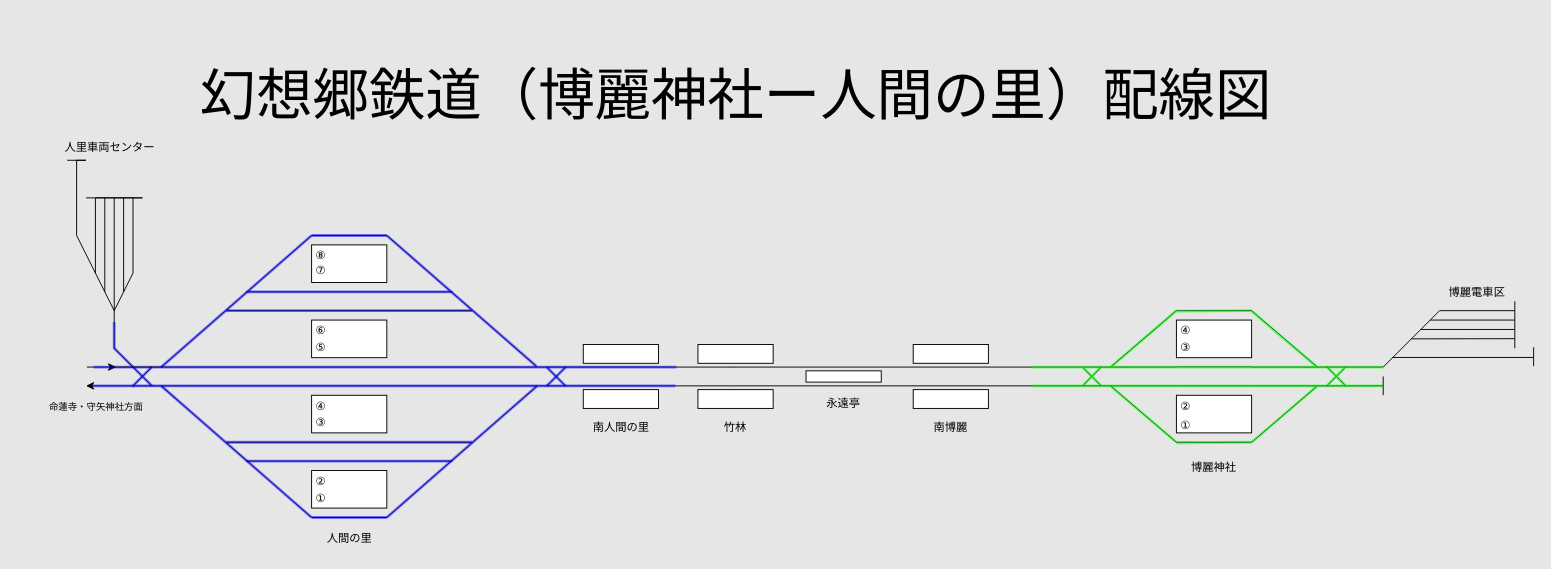
Before: resources/route_design_Hakurei-ningen.drawio in noname390/BVE-Gensokyo-Railway, a draw.io diagram. Source tidied: cells renumbered, new cells numbered last; positions are measured from the earlier drawing's top-left corner, leaving out a move shared by most shapes. Both pictures are drawn from the tidied source at 94%, with x=0, y=0 at pixel (24, 50).
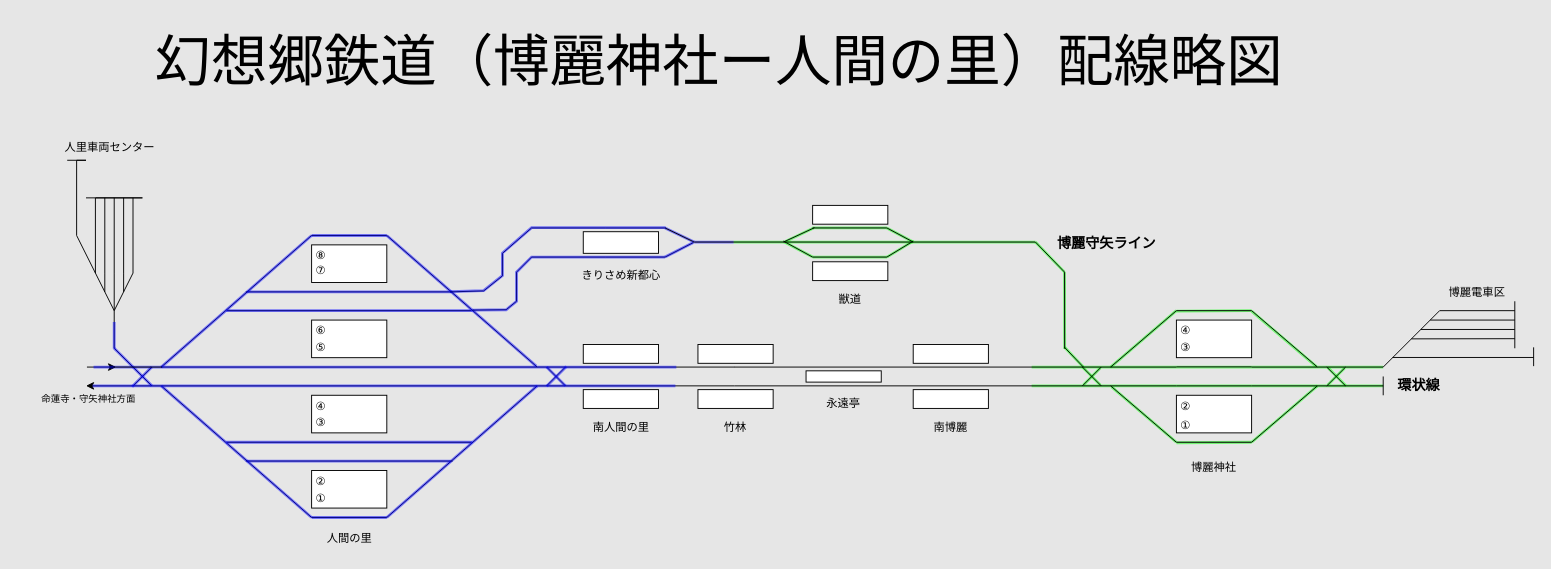
After the change.

The edit, as a diff of the source:
```diff
@@
+    <mxCell id="128" style="endArrow=none;html=1;rounded=0;strokeColor=#00FF00;opacity=50;strokeWidth=3;" parent="1" edge="1">
+      <mxGeometry relative="1" as="geometry">
+        <mxPoint x="918" y="189" as="sourcePoint" />
+        <mxPoint x="946" y="204" as="targetPoint" />
+      </mxGeometry>
+    </mxCell>
+    <mxCell id="129" style="endArrow=none;html=1;rounded=0;strokeColor=#00FF00;opacity=50;strokeWidth=3;" parent="1" edge="1">
+      <mxGeometry relative="1" as="geometry">
+        <mxPoint x="809" y="204" as="sourcePoint" />
+        <mxPoint x="840" y="189" as="targetPoint" />
+      </mxGeometry>
+    </mxCell>
+    <mxCell id="130" style="endArrow=none;html=1;rounded=0;strokeColor=#0000FF;opacity=50;strokeWidth=3;" parent="1" edge="1">
+      <mxGeometry relative="1" as="geometry">
+        <mxPoint x="682" y="189" as="sourcePoint" />
+        <mxPoint x="713" y="204" as="targetPoint" />
+      </mxGeometry>
+    </mxCell>
+    <mxCell id="131" style="endArrow=none;html=1;rounded=0;strokeColor=#0000FF;strokeWidth=3;opacity=50;" parent="1" edge="1">
+      <mxGeometry relative="1" as="geometry">
+        <mxPoint x="713" y="204" as="sourcePoint" />
+        <mxPoint x="755" y="204" as="targetPoint" />
+      </mxGeometry>
+    </mxCell>
+    <mxCell id="132" style="endArrow=none;html=1;rounded=0;strokeColor=#00FF00;strokeWidth=3;opacity=50;" parent="1" edge="1">
+      <mxGeometry relative="1" as="geometry">
+        <mxPoint x="755" y="204" as="sourcePoint" />
+        <mxPoint x="809" y="204" as="targetPoint" />
+      </mxGeometry>
+    </mxCell>
+    <mxCell id="133" style="endArrow=none;html=1;rounded=0;strokeWidth=3;opacity=50;strokeColor=#00FF00;" parent="1" edge="1">
+      <mxGeometry relative="1" as="geometry">
+        <mxPoint x="809" y="204" as="sourcePoint" />
+        <mxPoint x="839.1" y="220" as="targetPoint" />
+      </mxGeometry>
+    </mxCell>
+    <mxCell id="80" style="endArrow=none;html=1;rounded=0;strokeWidth=3;opacity=50;strokeColor=#00FF00;" parent="1" edge="1">
+      <mxGeometry relative="1" as="geometry">
+        <mxPoint x="1226" y="277" as="sourcePoint" />
+        <mxPoint x="1156" y="337" as="targetPoint" />
+      </mxGeometry>
+    </mxCell>
+    <mxCell id="84" style="endArrow=none;html=1;rounded=0;strokeWidth=3;opacity=50;strokeColor=#00FF00;" parent="1" edge="1">
+      <mxGeometry relative="1" as="geometry">
+        <mxPoint x="1306" y="277" as="sourcePoint" />
+        <mxPoint x="1226" y="277.5" as="targetPoint" />
+      </mxGeometry>
+    </mxCell>
+    <mxCell id="83" style="endArrow=none;html=1;rounded=0;strokeWidth=3;opacity=50;strokeColor=#00FF00;" parent="1" edge="1">
+      <mxGeometry relative="1" as="geometry">
+        <mxPoint x="1375" y="336.5" as="sourcePoint" />
+        <mxPoint x="1306" y="277.5" as="targetPoint" />
+      </mxGeometry>
+    </mxCell>
+    <mxCell id="87" style="endArrow=none;html=1;rounded=0;strokeWidth=3;opacity=50;strokeColor=#00FF00;" parent="1" edge="1">
+      <mxGeometry relative="1" as="geometry">
+        <mxPoint x="1405" y="338" as="sourcePoint" />
+        <mxPoint x="1387" y="356" as="targetPoint" />
+      </mxGeometry>
+    </mxCell>
+    <mxCell id="86" style="endArrow=none;html=1;rounded=0;strokeWidth=3;opacity=50;strokeColor=#00FF00;" parent="1" edge="1">
+      <mxGeometry relative="1" as="geometry">
+        <mxPoint x="1387" y="337.5" as="sourcePoint" />
+        <mxPoint x="1406" y="356.5" as="targetPoint" />
+      </mxGeometry>
+    </mxCell>
+    <mxCell id="81" style="endArrow=none;html=1;rounded=0;strokeWidth=3;opacity=50;strokeColor=#00FF00;" parent="1" edge="1">
+      <mxGeometry relative="1" as="geometry">
+        <mxPoint x="1376" y="357" as="sourcePoint" />
+        <mxPoint x="1306" y="417" as="targetPoint" />
+      </mxGeometry>
+    </mxCell>
+    <mxCell id="85" style="endArrow=none;html=1;rounded=0;strokeWidth=3;opacity=50;strokeColor=#00FF00;" parent="1" edge="1">
+      <mxGeometry relative="1" as="geometry">
+        <mxPoint x="1306" y="417" as="sourcePoint" />
+        <mxPoint x="1226" y="417.5" as="targetPoint" />
+      </mxGeometry>
+    </mxCell>
+    <mxCell id="82" style="endArrow=none;html=1;rounded=0;strokeWidth=3;opacity=50;strokeColor=#00FF00;" parent="1" edge="1">
+      <mxGeometry relative="1" as="geometry">
+        <mxPoint x="1226" y="417" as="sourcePoint" />
+        <mxPoint x="1157" y="358" as="targetPoint" />
+      </mxGeometry>
+    </mxCell>
+    <mxCell id="77" style="endArrow=none;html=1;rounded=0;strokeWidth=3;opacity=50;strokeColor=#00FF00;" parent="1" edge="1">
+      <mxGeometry relative="1" as="geometry">
+        <mxPoint x="1126" y="337" as="sourcePoint" />
+        <mxPoint x="1145" y="356" as="targetPoint" />
+      </mxGeometry>
+    </mxCell>
+    <mxCell id="79" style="endArrow=none;html=1;rounded=0;strokeWidth=3;opacity=50;strokeColor=#00FF00;" parent="1" edge="1">
+      <mxGeometry relative="1" as="geometry">
+        <mxPoint x="1145" y="338" as="sourcePoint" />
+        <mxPoint x="1127" y="356" as="targetPoint" />
+      </mxGeometry>
+    </mxCell>
+    <mxCell id="76" style="endArrow=none;html=1;rounded=0;strokeWidth=3;opacity=50;strokeColor=#00FF00;" parent="1" edge="1">
+      <mxGeometry relative="1" as="geometry">
+        <mxPoint x="1072" y="357" as="sourcePoint" />
+        <mxPoint x="1446" y="357" as="targetPoint" />
+      </mxGeometry>
+    </mxCell>
+    <mxCell id="134" style="endArrow=none;html=1;rounded=0;strokeColor=#00FF00;opacity=50;strokeWidth=3;" parent="1" edge="1">
+      <mxGeometry relative="1" as="geometry">
+        <mxPoint x="918" y="220" as="sourcePoint" />
+        <mxPoint x="946" y="203" as="targetPoint" />
+      </mxGeometry>
+    </mxCell>
+    <mxCell id="135" style="endArrow=none;html=1;rounded=0;strokeWidth=3;opacity=50;strokeColor=#00FF00;" parent="1" edge="1">
+      <mxGeometry relative="1" as="geometry">
+        <mxPoint x="839" y="220" as="sourcePoint" />
+        <mxPoint x="918" y="220" as="targetPoint" />
+      </mxGeometry>
+    </mxCell>
+    <mxCell id="136" style="endArrow=none;html=1;rounded=0;strokeWidth=3;opacity=50;strokeColor=#00FF00;" parent="1" edge="1">
+      <mxGeometry relative="1" as="geometry">
+        <mxPoint x="839" y="189" as="sourcePoint" />
+        <mxPoint x="918" y="189" as="targetPoint" />
+      </mxGeometry>
+    </mxCell>
+    <mxCell id="137" style="endArrow=none;html=1;rounded=0;strokeWidth=3;opacity=50;strokeColor=#00FF00;" parent="1" edge="1">
+      <mxGeometry relative="1" as="geometry">
+        <mxPoint x="810" y="204" as="sourcePoint" />
+        <mxPoint x="946" y="204" as="targetPoint" />
+      </mxGeometry>
+    </mxCell>
+    <mxCell id="138" style="endArrow=none;html=1;rounded=0;strokeColor=#00FF00;opacity=50;strokeWidth=3;" parent="1" edge="1">
+      <mxGeometry relative="1" as="geometry">
+        <mxPoint x="946" y="204" as="sourcePoint" />
+        <mxPoint x="1076" y="204" as="targetPoint" />
+      </mxGeometry>
+    </mxCell>
+    <mxCell id="139" style="endArrow=none;html=1;rounded=0;strokeWidth=3;strokeColor=#00FF00;opacity=50;" parent="1" edge="1">
+      <mxGeometry relative="1" as="geometry">
+        <mxPoint x="1076" y="204" as="sourcePoint" />
+        <mxPoint x="1107" y="236" as="targetPoint" />
+      </mxGeometry>
+    </mxCell>
+    <mxCell id="140" style="endArrow=none;html=1;rounded=0;opacity=50;strokeWidth=3;strokeColor=#00FF00;" parent="1" edge="1">
+      <mxGeometry relative="1" as="geometry">
+        <mxPoint x="1107.1" y="317.4" as="sourcePoint" />
+        <mxPoint x="1107" y="236" as="targetPoint" />
+      </mxGeometry>
+    </mxCell>
+    <mxCell id="74" style="endArrow=none;html=1;rounded=0;strokeColor=#00FF00;opacity=50;strokeWidth=3;" parent="1" edge="1">
+      <mxGeometry relative="1" as="geometry">
+        <mxPoint x="1072" y="337" as="sourcePoint" />
+        <mxPoint x="1446" y="337" as="targetPoint" />
+      </mxGeometry>
+    </mxCell>
+    <mxCell id="141" style="endArrow=none;html=1;rounded=0;strokeWidth=3;opacity=50;strokeColor=#00FF00;" parent="1" edge="1">
+      <mxGeometry relative="1" as="geometry">
+        <mxPoint x="1127" y="337" as="sourcePoint" />
+        <mxPoint x="1107" y="316" as="targetPoint" />
+      </mxGeometry>
+    </mxCell>
@@
-    <mxCell id="74" style="endArrow=none;html=1;rounded=0;strokeColor=#00FF00;opacity=50;strokeWidth=3;" parent="1" edge="1">
-      <mxGeometry relative="1" as="geometry">
-        <mxPoint x="1072" y="337" as="sourcePoint" />
-        <mxPoint x="1446" y="337" as="targetPoint" />
-      </mxGeometry>
-    </mxCell>
@@
-    <mxCell id="76" style="endArrow=none;html=1;rounded=0;strokeWidth=3;opacity=50;strokeColor=#00FF00;" parent="1" edge="1">
-      <mxGeometry relative="1" as="geometry">
-        <mxPoint x="1072" y="357" as="sourcePoint" />
-        <mxPoint x="1446" y="357" as="targetPoint" />
-      </mxGeometry>
-    </mxCell>
-    <mxCell id="77" style="endArrow=none;html=1;rounded=0;strokeWidth=3;opacity=50;strokeColor=#00FF00;" parent="1" edge="1">
-      <mxGeometry relative="1" as="geometry">
-        <mxPoint x="1126" y="337" as="sourcePoint" />
-        <mxPoint x="1145" y="356" as="targetPoint" />
-      </mxGeometry>
-    </mxCell>
@@
-    <mxCell id="79" style="endArrow=none;html=1;rounded=0;strokeWidth=3;opacity=50;strokeColor=#00FF00;" parent="1" edge="1">
-      <mxGeometry relative="1" as="geometry">
-        <mxPoint x="1145" y="338" as="sourcePoint" />
-        <mxPoint x="1127" y="356" as="targetPoint" />
-      </mxGeometry>
-    </mxCell>
-    <mxCell id="80" style="endArrow=none;html=1;rounded=0;strokeWidth=3;opacity=50;strokeColor=#00FF00;" parent="1" edge="1">
-      <mxGeometry relative="1" as="geometry">
-        <mxPoint x="1226" y="277" as="sourcePoint" />
-        <mxPoint x="1156" y="337" as="targetPoint" />
-      </mxGeometry>
-    </mxCell>
-    <mxCell id="81" style="endArrow=none;html=1;rounded=0;strokeWidth=3;opacity=50;strokeColor=#00FF00;" parent="1" edge="1">
-      <mxGeometry relative="1" as="geometry">
-        <mxPoint x="1376" y="357" as="sourcePoint" />
-        <mxPoint x="1306" y="417" as="targetPoint" />
-      </mxGeometry>
-    </mxCell>
-    <mxCell id="82" style="endArrow=none;html=1;rounded=0;strokeWidth=3;opacity=50;strokeColor=#00FF00;" parent="1" edge="1">
-      <mxGeometry relative="1" as="geometry">
-        <mxPoint x="1226" y="417" as="sourcePoint" />
-        <mxPoint x="1157" y="358" as="targetPoint" />
-      </mxGeometry>
-    </mxCell>
-    <mxCell id="83" style="endArrow=none;html=1;rounded=0;strokeWidth=3;opacity=50;strokeColor=#00FF00;" parent="1" edge="1">
-      <mxGeometry relative="1" as="geometry">
-        <mxPoint x="1375" y="336.5" as="sourcePoint" />
-        <mxPoint x="1306" y="277.5" as="targetPoint" />
-      </mxGeometry>
-    </mxCell>
-    <mxCell id="84" style="endArrow=none;html=1;rounded=0;strokeWidth=3;opacity=50;strokeColor=#00FF00;" parent="1" edge="1">
-      <mxGeometry relative="1" as="geometry">
-        <mxPoint x="1306" y="277" as="sourcePoint" />
-        <mxPoint x="1226" y="277.5" as="targetPoint" />
-      </mxGeometry>
-    </mxCell>
-    <mxCell id="85" style="endArrow=none;html=1;rounded=0;strokeWidth=3;opacity=50;strokeColor=#00FF00;" parent="1" edge="1">
-      <mxGeometry relative="1" as="geometry">
-        <mxPoint x="1306" y="417" as="sourcePoint" />
-        <mxPoint x="1226" y="417.5" as="targetPoint" />
-      </mxGeometry>
-    </mxCell>
-    <mxCell id="86" style="endArrow=none;html=1;rounded=0;strokeWidth=3;opacity=50;strokeColor=#00FF00;" parent="1" edge="1">
-      <mxGeometry relative="1" as="geometry">
-        <mxPoint x="1387" y="337.5" as="sourcePoint" />
-        <mxPoint x="1406" y="356.5" as="targetPoint" />
-      </mxGeometry>
-    </mxCell>
-    <mxCell id="87" style="endArrow=none;html=1;rounded=0;strokeWidth=3;opacity=50;strokeColor=#00FF00;" parent="1" edge="1">
-      <mxGeometry relative="1" as="geometry">
-        <mxPoint x="1405" y="338" as="sourcePoint" />
-        <mxPoint x="1387" y="356" as="targetPoint" />
-      </mxGeometry>
-    </mxCell>
@@
     <mxCell id="113" value="&lt;font style=&quot;font-size: 10px;&quot;&gt;命蓮寺・守矢神社方面&lt;/font&gt;" style="text;strokeColor=none;align=center;fillColor=none;html=1;verticalAlign=middle;whiteSpace=wrap;rounded=0;" parent="1" vertex="1">
-      <mxGeometry y="364" width="154" height="30" as="geometry" />
+      <mxGeometry x="-8" y="356" width="154" height="30" as="geometry" />
     </mxCell>
@@
-    <mxCell id="115" value="&lt;font style=&quot;font-size: 60px;&quot;&gt;&lt;font style=&quot;font-size: 60px;&quot;&gt;幻想郷鉄道（博麗神社ー人間の里）配&lt;/font&gt;線図&lt;/font&gt;" style="text;strokeColor=none;align=center;fillColor=none;html=1;verticalAlign=middle;whiteSpace=wrap;rounded=0;" parent="1" vertex="1">
-      <mxGeometry x="32.5" width="1449" height="96" as="geometry" />
+    <mxCell id="115" value="&lt;font style=&quot;font-size: 60px;&quot;&gt;&lt;font style=&quot;font-size: 60px;&quot;&gt;幻想郷鉄道（博麗神社ー人間の里）配&lt;/font&gt;線略図&lt;/font&gt;" style="text;strokeColor=none;align=center;fillColor=none;html=1;verticalAlign=middle;whiteSpace=wrap;rounded=0;" parent="1" vertex="1">
+      <mxGeometry x="14.5" y="-36" width="1449" height="96" as="geometry" />
     </mxCell>
@@
+    <mxCell id="142" style="endArrow=none;html=1;rounded=0;" parent="1" edge="1">
+      <mxGeometry relative="1" as="geometry">
+        <mxPoint x="1127" y="337" as="sourcePoint" />
+        <mxPoint x="1107" y="316" as="targetPoint" />
+      </mxGeometry>
+    </mxCell>
+    <mxCell id="143" style="endArrow=none;html=1;rounded=0;" parent="1" edge="1">
+      <mxGeometry relative="1" as="geometry">
+        <mxPoint x="1107.1" y="317.4" as="sourcePoint" />
+        <mxPoint x="1107" y="236" as="targetPoint" />
+      </mxGeometry>
+    </mxCell>
+    <mxCell id="144" style="endArrow=none;html=1;rounded=0;" parent="1" edge="1">
+      <mxGeometry relative="1" as="geometry">
+        <mxPoint x="1076" y="204" as="sourcePoint" />
+        <mxPoint x="1107" y="236" as="targetPoint" />
+      </mxGeometry>
+    </mxCell>
+    <mxCell id="145" style="endArrow=none;html=1;rounded=0;" parent="1" edge="1">
+      <mxGeometry relative="1" as="geometry">
+        <mxPoint x="946" y="204" as="sourcePoint" />
+        <mxPoint x="1076" y="204" as="targetPoint" />
+      </mxGeometry>
+    </mxCell>
+    <mxCell id="146" style="endArrow=none;html=1;rounded=0;" parent="1" edge="1">
+      <mxGeometry relative="1" as="geometry">
+        <mxPoint x="918" y="189" as="sourcePoint" />
+        <mxPoint x="946" y="204" as="targetPoint" />
+      </mxGeometry>
+    </mxCell>
+    <mxCell id="147" style="endArrow=none;html=1;rounded=0;" parent="1" edge="1">
+      <mxGeometry relative="1" as="geometry">
+        <mxPoint x="918" y="220" as="sourcePoint" />
+        <mxPoint x="946" y="203" as="targetPoint" />
+      </mxGeometry>
+    </mxCell>
+    <mxCell id="148" style="endArrow=none;html=1;rounded=0;" parent="1" edge="1">
+      <mxGeometry relative="1" as="geometry">
+        <mxPoint x="839" y="189" as="sourcePoint" />
+        <mxPoint x="918" y="189" as="targetPoint" />
+      </mxGeometry>
+    </mxCell>
+    <mxCell id="149" style="endArrow=none;html=1;rounded=0;" parent="1" edge="1">
+      <mxGeometry relative="1" as="geometry">
+        <mxPoint x="839" y="220" as="sourcePoint" />
+        <mxPoint x="918" y="220" as="targetPoint" />
+      </mxGeometry>
+    </mxCell>
+    <mxCell id="150" style="endArrow=none;html=1;rounded=0;" parent="1" edge="1">
+      <mxGeometry relative="1" as="geometry">
+        <mxPoint x="808" y="204" as="sourcePoint" />
+        <mxPoint x="841" y="188.7" as="targetPoint" />
+      </mxGeometry>
+    </mxCell>
+    <mxCell id="151" style="endArrow=none;html=1;rounded=0;" parent="1" edge="1">
+      <mxGeometry relative="1" as="geometry">
+        <mxPoint x="807.9" y="203" as="sourcePoint" />
+        <mxPoint x="839" y="220" as="targetPoint" />
+      </mxGeometry>
+    </mxCell>
+    <mxCell id="152" style="endArrow=none;html=1;rounded=0;" parent="1" edge="1">
+      <mxGeometry relative="1" as="geometry">
+        <mxPoint x="713" y="204" as="sourcePoint" />
+        <mxPoint x="808" y="204" as="targetPoint" />
+      </mxGeometry>
+    </mxCell>
+    <mxCell id="153" style="endArrow=none;html=1;rounded=0;" parent="1" edge="1">
+      <mxGeometry relative="1" as="geometry">
+        <mxPoint x="682" y="189" as="sourcePoint" />
+        <mxPoint x="713" y="204" as="targetPoint" />
+      </mxGeometry>
+    </mxCell>
+    <mxCell id="154" style="endArrow=none;html=1;rounded=0;" parent="1" edge="1">
+      <mxGeometry relative="1" as="geometry">
+        <mxPoint x="682" y="220" as="sourcePoint" />
+        <mxPoint x="712.2" y="204.5" as="targetPoint" />
+      </mxGeometry>
+    </mxCell>
+    <mxCell id="155" style="endArrow=none;html=1;rounded=0;" parent="1" edge="1">
+      <mxGeometry relative="1" as="geometry">
+        <mxPoint x="619" y="189" as="sourcePoint" />
+        <mxPoint x="682.7" y="189" as="targetPoint" />
+      </mxGeometry>
+    </mxCell>
+    <mxCell id="156" style="endArrow=none;html=1;rounded=0;" parent="1" edge="1">
+      <mxGeometry relative="1" as="geometry">
+        <mxPoint x="619" y="220" as="sourcePoint" />
+        <mxPoint x="682" y="220" as="targetPoint" />
+      </mxGeometry>
+    </mxCell>
+    <mxCell id="157" style="endArrow=none;html=1;rounded=0;" parent="1" edge="1">
+      <mxGeometry relative="1" as="geometry">
+        <mxPoint x="453.6" y="257" as="sourcePoint" />
+        <mxPoint x="619" y="189" as="targetPoint" />
+        <Array as="points">
+          <mxPoint x="489" y="256" />
+          <mxPoint x="509" y="240" />
+          <mxPoint x="509" y="216" />
+          <mxPoint x="540" y="189" />
+        </Array>
+      </mxGeometry>
+    </mxCell>
+    <mxCell id="158" style="endArrow=none;html=1;rounded=0;" parent="1" edge="1">
+      <mxGeometry relative="1" as="geometry">
+        <mxPoint x="477.2" y="276.4" as="sourcePoint" />
+        <mxPoint x="619" y="220" as="targetPoint" />
+        <Array as="points">
+          <mxPoint x="513" y="276" />
+          <mxPoint x="524" y="267" />
+          <mxPoint x="524" y="236" />
+          <mxPoint x="540" y="220" />
+        </Array>
+      </mxGeometry>
+    </mxCell>
+    <mxCell id="159" style="endArrow=none;html=1;rounded=0;" parent="1" edge="1">
+      <mxGeometry relative="1" as="geometry">
+        <mxPoint x="808" y="204" as="sourcePoint" />
+        <mxPoint x="946" y="204" as="targetPoint" />
+      </mxGeometry>
+    </mxCell>
+    <mxCell id="160" style="endArrow=none;html=1;rounded=0;strokeWidth=3;strokeColor=#0000FF;opacity=50;" parent="1" edge="1">
+      <mxGeometry relative="1" as="geometry">
+        <mxPoint x="453.6" y="256.7" as="sourcePoint" />
+        <mxPoint x="619" y="188.7" as="targetPoint" />
+        <Array as="points">
+          <mxPoint x="489" y="255.7" />
+          <mxPoint x="509" y="239.7" />
+          <mxPoint x="509" y="215.7" />
+          <mxPoint x="540" y="188.7" />
+        </Array>
+      </mxGeometry>
+    </mxCell>
+    <mxCell id="161" style="endArrow=none;html=1;rounded=0;strokeWidth=3;opacity=50;strokeColor=#0000FF;" parent="1" edge="1">
+      <mxGeometry relative="1" as="geometry">
+        <mxPoint x="477.2" y="276.4" as="sourcePoint" />
+        <mxPoint x="619" y="220" as="targetPoint" />
+        <Array as="points">
+          <mxPoint x="513" y="276" />
+          <mxPoint x="524" y="267" />
+          <mxPoint x="524" y="236" />
+          <mxPoint x="540" y="220" />
+        </Array>
+      </mxGeometry>
+    </mxCell>
+    <mxCell id="162" style="endArrow=none;html=1;rounded=0;strokeWidth=3;opacity=50;strokeColor=#0000FF;" parent="1" edge="1">
+      <mxGeometry relative="1" as="geometry">
+        <mxPoint x="618.9" y="188.7" as="sourcePoint" />
+        <mxPoint x="682.6" y="188.7" as="targetPoint" />
+      </mxGeometry>
+    </mxCell>
+    <mxCell id="163" style="endArrow=none;html=1;rounded=0;strokeColor=#0000FF;strokeWidth=3;opacity=50;" parent="1" edge="1">
+      <mxGeometry relative="1" as="geometry">
+        <mxPoint x="618.9" y="220" as="sourcePoint" />
+        <mxPoint x="681.9" y="220" as="targetPoint" />
+      </mxGeometry>
+    </mxCell>
+    <mxCell id="164" style="endArrow=none;html=1;rounded=0;strokeWidth=3;opacity=50;strokeColor=#0000FF;" parent="1" edge="1">
+      <mxGeometry relative="1" as="geometry">
+        <mxPoint x="681.9" y="220" as="sourcePoint" />
+        <mxPoint x="712.1" y="204.4" as="targetPoint" />
+      </mxGeometry>
+    </mxCell>
+    <mxCell id="165" style="rounded=0;whiteSpace=wrap;html=1;" parent="1" vertex="1">
+      <mxGeometry x="595" y="193" width="80" height="23" as="geometry" />
+    </mxCell>
+    <mxCell id="166" style="rounded=0;whiteSpace=wrap;html=1;" parent="1" vertex="1">
+      <mxGeometry x="839" y="225" width="80" height="20" as="geometry" />
+    </mxCell>
+    <mxCell id="167" style="rounded=0;whiteSpace=wrap;html=1;" parent="1" vertex="1">
+      <mxGeometry x="839" y="165" width="80" height="20" as="geometry" />
+    </mxCell>
+    <mxCell id="168" value="獣道" style="text;strokeColor=none;align=center;fillColor=none;html=1;verticalAlign=middle;whiteSpace=wrap;rounded=0;" parent="1" vertex="1">
+      <mxGeometry x="849" y="250" width="60" height="30" as="geometry" />
+    </mxCell>
+    <mxCell id="169" value="きりさめ新都心" style="text;strokeColor=none;align=center;fillColor=none;html=1;verticalAlign=middle;whiteSpace=wrap;rounded=0;" parent="1" vertex="1">
+      <mxGeometry x="580.5" y="225" width="109" height="30" as="geometry" />
+    </mxCell>
+    <mxCell id="170" value="&lt;b&gt;&lt;font style=&quot;font-size: 15px;&quot;&gt;博麗守矢ライン&lt;/font&gt;&lt;/b&gt;" style="text;strokeColor=none;align=center;fillColor=none;html=1;verticalAlign=middle;whiteSpace=wrap;rounded=0;" parent="1" vertex="1">
+      <mxGeometry x="1085" y="189.5" width="134" height="30" as="geometry" />
+    </mxCell>
+    <mxCell id="171" value="&lt;span style=&quot;font-size: 15px;&quot;&gt;&lt;b&gt;環状線&lt;/b&gt;&lt;/span&gt;" style="text;strokeColor=none;align=center;fillColor=none;html=1;verticalAlign=middle;whiteSpace=wrap;rounded=0;" parent="1" vertex="1">
+      <mxGeometry x="1417" y="341" width="134" height="30" as="geometry" />
+    </mxCell>
```
